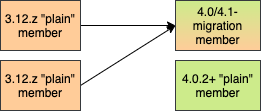
Before: src/docs/asciidoc/images/migration-scenario1.png, a diagram exported from draw.io (hazelcast/hazelcast-reference-manual). Source tidied: cells renumbered, new cells last; positions are measured from the earlier drawing's top-left corner, leaving out a move shared by most shapes. The source it was exported from:
```xml
<mxGraphModel>
  <root>
    <mxCell id="0" />
    <mxCell id="1" parent="0" />
    <mxCell id="2" style="edgeStyle=none;rounded=0;jettySize=auto;html=1;exitX=1;exitY=0.5;exitDx=0;exitDy=0;entryX=0;entryY=0.5;entryDx=0;entryDy=0;" parent="1" edge="1" source="3" target="4">
      <mxGeometry relative="1" as="geometry" />
    </mxCell>
    <mxCell id="3" value="3.12.z &quot;plain&quot; member" style="rounded=0;whiteSpace=wrap;html=1;fillColor=#ffcc99;strokeColor=#36393d;shadow=0;glass=0;gradientColor=none;comic=0;" parent="1" vertex="1">
      <mxGeometry width="80" height="50" as="geometry" />
    </mxCell>
    <mxCell id="4" value="4.0/4.1-migration member" style="rounded=0;whiteSpace=wrap;html=1;fillColor=#cdeb8b;strokeColor=#36393d;gradientColor=#FFCC99;" parent="1" vertex="1">
      <mxGeometry x="175" width="85" height="50" as="geometry" />
    </mxCell>
    <mxCell id="5" style="rounded=0;jettySize=auto;html=1;exitX=1;exitY=0.5;exitDx=0;exitDy=0;entryX=0;entryY=0.5;entryDx=0;entryDy=0;" parent="1" edge="1" source="6" target="4">
      <mxGeometry relative="1" as="geometry" />
    </mxCell>
    <mxCell id="6" value="3.12.z &quot;plain&quot; member" style="rounded=0;whiteSpace=wrap;html=1;fillColor=#ffcc99;strokeColor=#36393d;shadow=0;glass=0;gradientColor=none;comic=0;" parent="1" vertex="1">
      <mxGeometry y="60" width="80" height="50" as="geometry" />
    </mxCell>
    <mxCell id="7" value="4.0.2+ &quot;plain&quot; member" style="rounded=0;whiteSpace=wrap;html=1;fillColor=#cdeb8b;strokeColor=#36393d;gradientColor=none;" parent="1" vertex="1">
      <mxGeometry x="175" y="60" width="85" height="50" as="geometry" />
    </mxCell>
  </root>
</mxGraphModel>
```
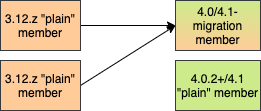
Later version of the same file.

Commit message:
Minor changes on restrictions of migration tool

Diff of the diagram source:
```diff
@@ -17,7 +17,7 @@
     <mxCell id="6" value="3.12.z &quot;plain&quot; member" style="rounded=0;whiteSpace=wrap;html=1;fillColor=#ffcc99;strokeColor=#36393d;shadow=0;glass=0;gradientColor=none;comic=0;" parent="1" vertex="1">
       <mxGeometry y="60" width="80" height="50" as="geometry" />
     </mxCell>
-    <mxCell id="7" value="4.0.2+ &quot;plain&quot; member" style="rounded=0;whiteSpace=wrap;html=1;fillColor=#cdeb8b;strokeColor=#36393d;gradientColor=none;" parent="1" vertex="1">
+    <mxCell id="7" value="4.0.2+/4.1 &quot;plain&quot; member" style="rounded=0;whiteSpace=wrap;html=1;fillColor=#cdeb8b;strokeColor=#36393d;gradientColor=none;" parent="1" vertex="1">
       <mxGeometry x="175" y="60" width="85" height="50" as="geometry" />
     </mxCell>
   </root>
```
